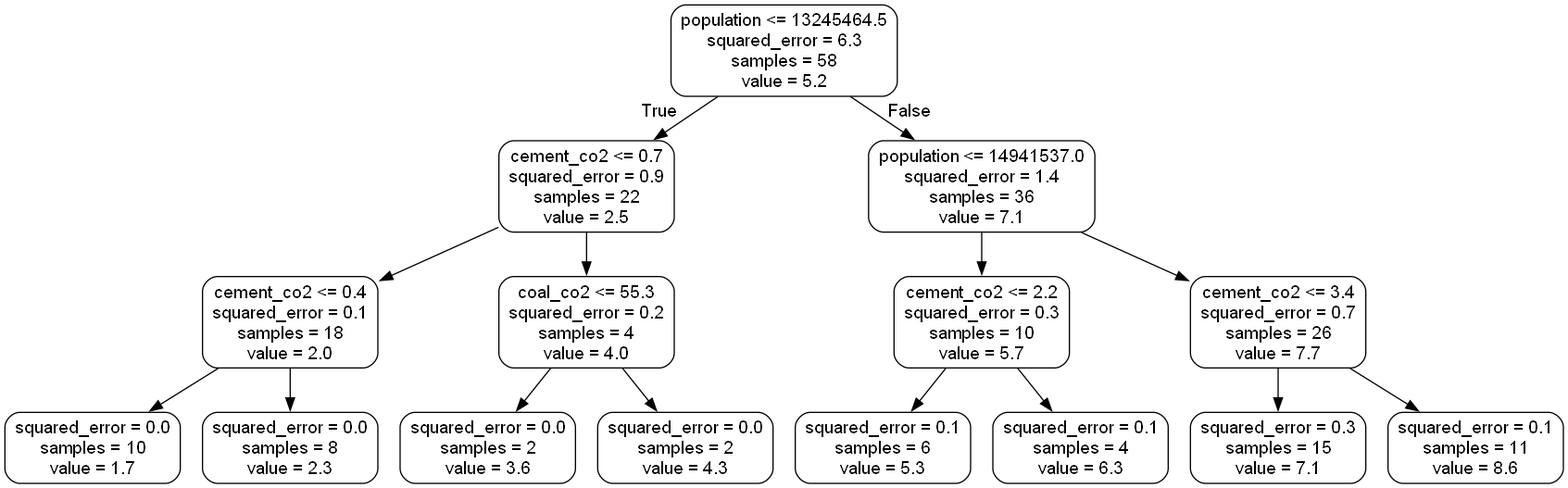
Above: small_tree.png in L-dos-Santos/final-project (Graphviz), before the change. Its source is kept beside it as small_tree.dot.
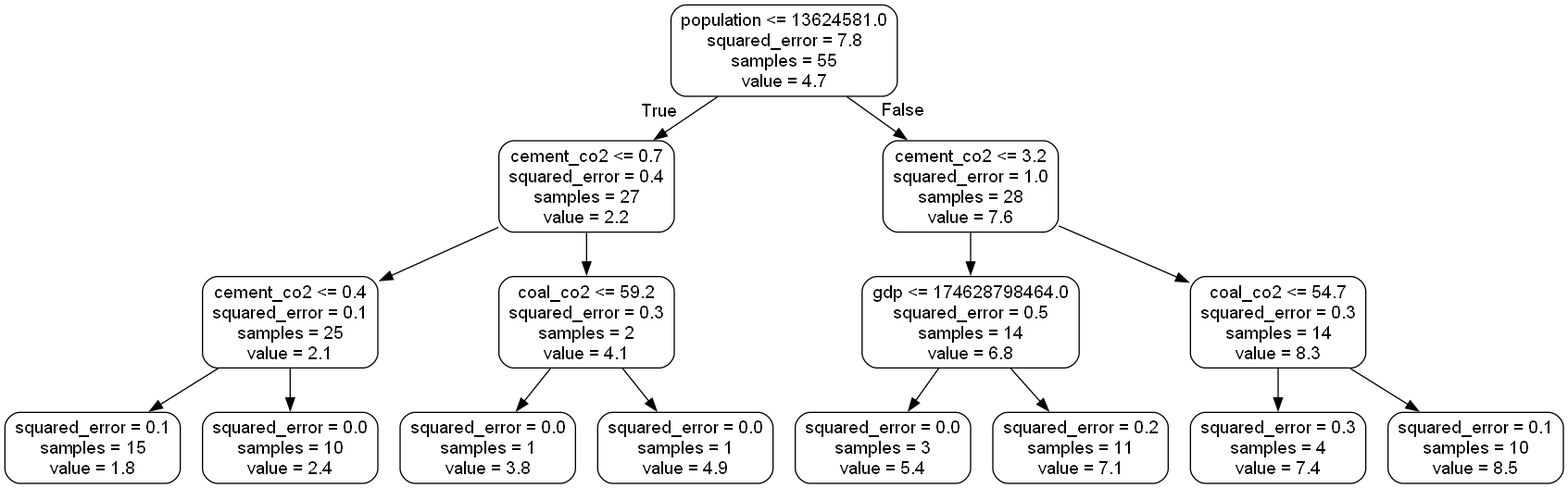
Later version of the same file.

Change to the diagram source:
```diff
@@ -1,33 +1,33 @@
 digraph Tree {
 node [shape=box, style="rounded", color="black", fontname="helvetica"] ;
 edge [fontname="helvetica"] ;
-0 [label="population <= 13245464.5\nsquared_error = 6.3\nsamples = 58\nvalue = 5.2"] ;
-1 [label="cement_co2 <= 0.7\nsquared_error = 0.9\nsamples = 22\nvalue = 2.5"] ;
+0 [label="population <= 13624581.0\nsquared_error = 7.8\nsamples = 55\nvalue = 4.7"] ;
+1 [label="cement_co2 <= 0.7\nsquared_error = 0.4\nsamples = 27\nvalue = 2.2"] ;
 0 -> 1 [labeldistance=2.5, labelangle=45, headlabel="True"] ;
-2 [label="cement_co2 <= 0.4\nsquared_error = 0.1\nsamples = 18\nvalue = 2.0"] ;
+2 [label="cement_co2 <= 0.4\nsquared_error = 0.1\nsamples = 25\nvalue = 2.1"] ;
 1 -> 2 ;
-3 [label="squared_error = 0.0\nsamples = 10\nvalue = 1.7"] ;
+3 [label="squared_error = 0.1\nsamples = 15\nvalue = 1.8"] ;
 2 -> 3 ;
-4 [label="squared_error = 0.0\nsamples = 8\nvalue = 2.3"] ;
+4 [label="squared_error = 0.0\nsamples = 10\nvalue = 2.4"] ;
 2 -> 4 ;
-5 [label="coal_co2 <= 55.3\nsquared_error = 0.2\nsamples = 4\nvalue = 4.0"] ;
+5 [label="coal_co2 <= 59.2\nsquared_error = 0.3\nsamples = 2\nvalue = 4.1"] ;
 1 -> 5 ;
-6 [label="squared_error = 0.0\nsamples = 2\nvalue = 3.6"] ;
+6 [label="squared_error = 0.0\nsamples = 1\nvalue = 3.8"] ;
 5 -> 6 ;
-7 [label="squared_error = 0.0\nsamples = 2\nvalue = 4.3"] ;
+7 [label="squared_error = 0.0\nsamples = 1\nvalue = 4.9"] ;
 5 -> 7 ;
-8 [label="population <= 14941537.0\nsquared_error = 1.4\nsamples = 36\nvalue = 7.1"] ;
+8 [label="cement_co2 <= 3.2\nsquared_error = 1.0\nsamples = 28\nvalue = 7.6"] ;
 0 -> 8 [labeldistance=2.5, labelangle=-45, headlabel="False"] ;
-9 [label="cement_co2 <= 2.2\nsquared_error = 0.3\nsamples = 10\nvalue = 5.7"] ;
+9 [label="gdp <= 174628798464.0\nsquared_error = 0.5\nsamples = 14\nvalue = 6.8"] ;
 8 -> 9 ;
-10 [label="squared_error = 0.1\nsamples = 6\nvalue = 5.3"] ;
+10 [label="squared_error = 0.0\nsamples = 3\nvalue = 5.4"] ;
 9 -> 10 ;
-11 [label="squared_error = 0.1\nsamples = 4\nvalue = 6.3"] ;
+11 [label="squared_error = 0.2\nsamples = 11\nvalue = 7.1"] ;
 9 -> 11 ;
-12 [label="cement_co2 <= 3.4\nsquared_error = 0.7\nsamples = 26\nvalue = 7.7"] ;
+12 [label="coal_co2 <= 54.7\nsquared_error = 0.3\nsamples = 14\nvalue = 8.3"] ;
 8 -> 12 ;
-13 [label="squared_error = 0.3\nsamples = 15\nvalue = 7.1"] ;
+13 [label="squared_error = 0.3\nsamples = 4\nvalue = 7.4"] ;
 12 -> 13 ;
-14 [label="squared_error = 0.1\nsamples = 11\nvalue = 8.6"] ;
+14 [label="squared_error = 0.1\nsamples = 10\nvalue = 8.5"] ;
 12 -> 14 ;
 }
```
